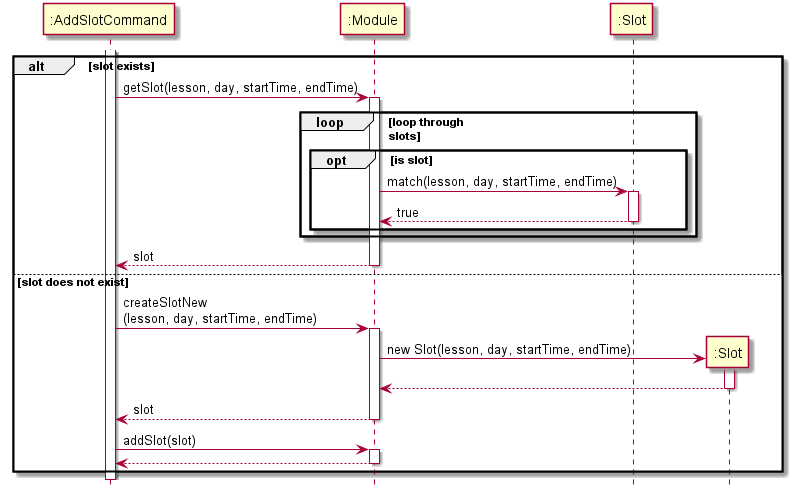
The PlantUML diagram docs/diagrams/addSlotSequenceDiagram5.png in nus-cs2113-AY2021S1/tp, before a commit.
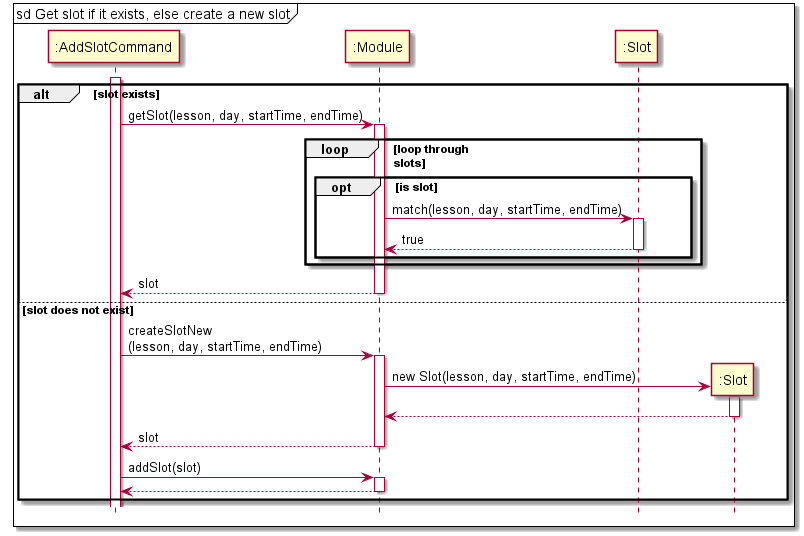
The same file after the commit.

Diff of the diagram source:
```diff
@@ -1,6 +1,8 @@
 @startuml
 hide footbox
 skinparam ParticipantPadding 20
+
+mainframe sd Get slot if it exists, else create a new slot
 
 participant ":AddSlotCommand" as AddSlotCommand
 participant ":Module" as Module
```
